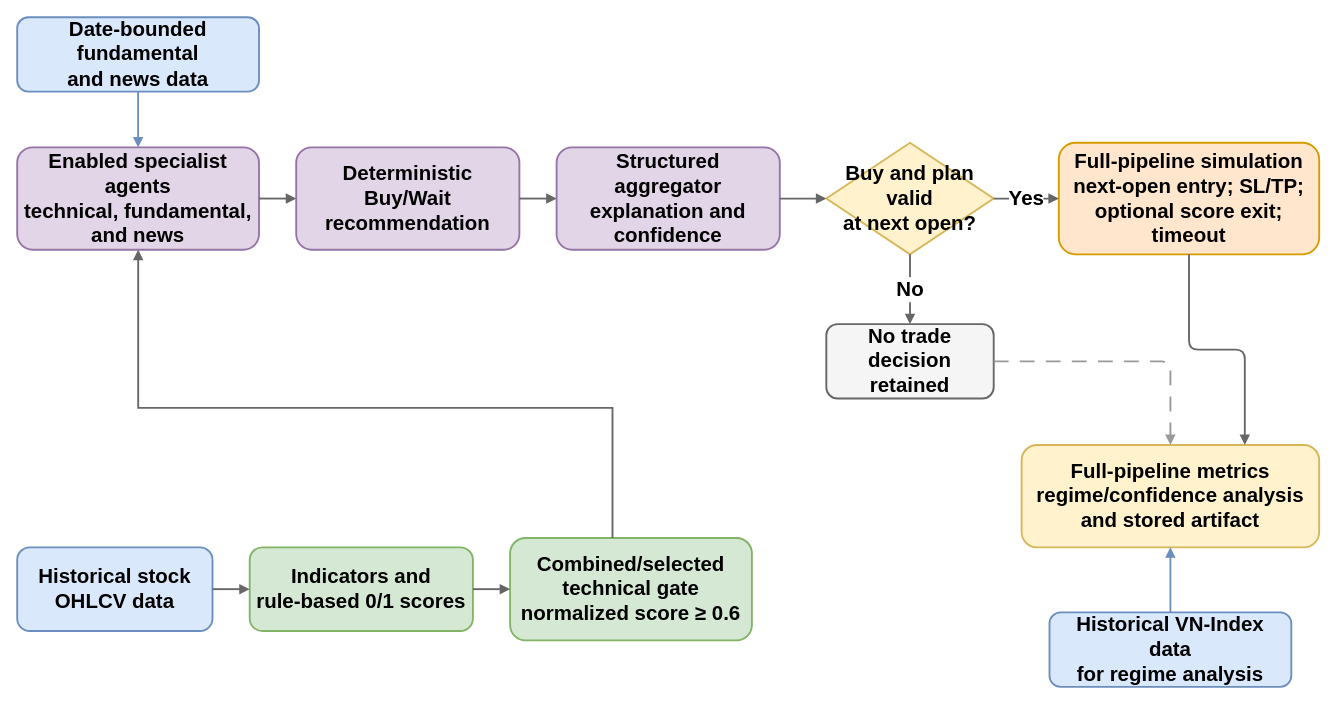
Before: report/diagrams/chapter4/stockrium_backtesting_flow.drawio in lqhuy04/Thesis-22125031-22125035, a draw.io diagram. Source tidied: cells renumbered, new cells numbered last; positions are measured from the earlier drawing's top-left corner, leaving out a move shared by most shapes. Both pictures are drawn from the tidied source at 93%, with x=0, y=0 at pixel (17, 17).
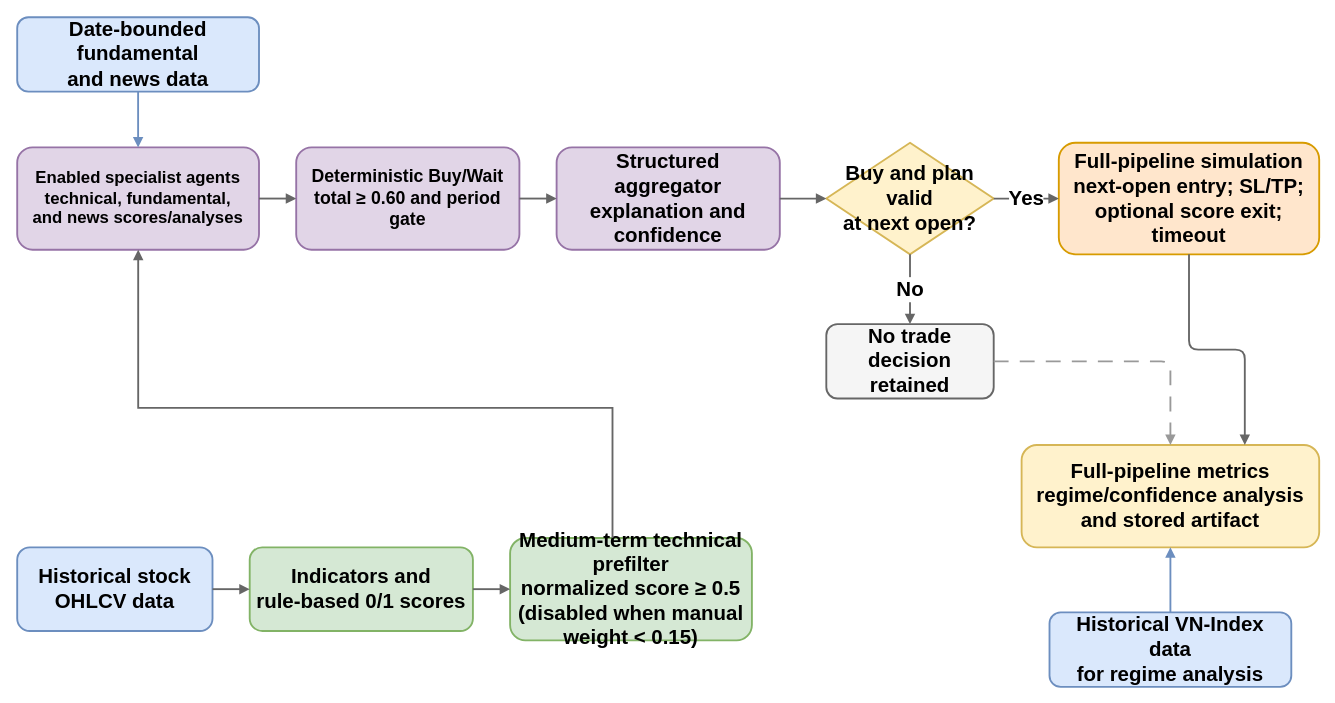
The same diagram, later.

Diff of the diagram source:
```diff
@@
-    <mxCell id="4" value="Combined/selected technical gate&lt;br&gt;normalized score ≥ 0.6" style="rounded=1;whiteSpace=wrap;html=1;fillColor=#d5e8d4;strokeColor=#82b366;strokeWidth=2;fontSize=22;fontStyle=1;spacing=8;" parent="1" vertex="1">
+    <mxCell id="4" value="Medium-term technical prefilter&lt;br&gt;normalized score ≥ 0.5&lt;br&gt;(disabled when manual weight &lt; 0.15)" style="rounded=1;whiteSpace=wrap;html=1;fillColor=#d5e8d4;strokeColor=#82b366;strokeWidth=2;fontSize=22;fontStyle=1;spacing=8;" parent="1" vertex="1">
       <mxGeometry x="530" y="560" width="260" height="110" as="geometry" />
     </mxCell>
@@
-    <mxCell id="6" value="Enabled specialist agents&lt;br&gt;technical, fundamental,&lt;br&gt;and news" style="rounded=1;whiteSpace=wrap;html=1;fillColor=#e1d5e7;strokeColor=#9673a6;strokeWidth=2;fontSize=22;fontStyle=1;spacing=8;" parent="1" vertex="1">
+    <mxCell id="6" value="Enabled specialist agents&lt;br&gt;technical, fundamental,&lt;br&gt;and news scores/analyses" style="rounded=1;whiteSpace=wrap;html=1;fillColor=#e1d5e7;strokeColor=#9673a6;strokeWidth=2;fontSize=18;fontStyle=1;spacing=8;" parent="1" vertex="1">
       <mxGeometry y="140" width="260" height="110" as="geometry" />
     </mxCell>
-    <mxCell id="7" value="Deterministic Buy/Wait&lt;br&gt;recommendation" style="rounded=1;whiteSpace=wrap;html=1;fillColor=#e1d5e7;strokeColor=#9673a6;strokeWidth=2;fontSize=22;fontStyle=1;spacing=8;" parent="1" vertex="1">
+    <mxCell id="7" value="Deterministic Buy/Wait&lt;br&gt;total ≥ 0.60 and period gate" style="rounded=1;whiteSpace=wrap;html=1;fillColor=#e1d5e7;strokeColor=#9673a6;strokeWidth=2;fontSize=19;fontStyle=1;spacing=8;" parent="1" vertex="1">
       <mxGeometry x="300" y="140" width="240" height="110" as="geometry" />
     </mxCell>
```
